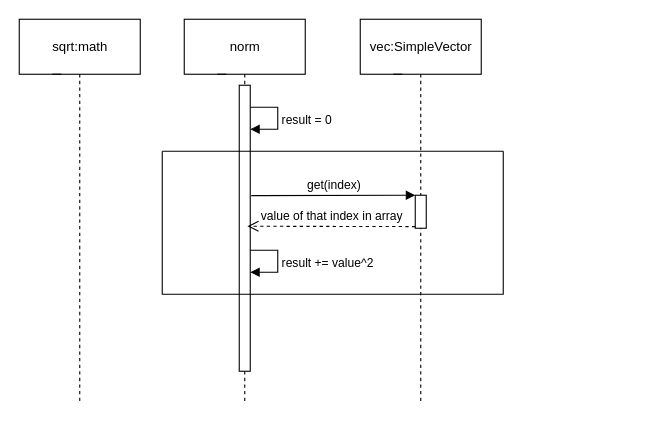
The draw.io diagram sheet8/task1.drawio in sepehrfazeli/Python-uniTraining, before the edit. Source tidied: cells renumbered, new cells numbered last; positions are measured from the earlier drawing's top-left corner, leaving out a move shared by most shapes. Both pictures are drawn from the tidied source at 110%, with x=0, y=0 at pixel (19, 19).
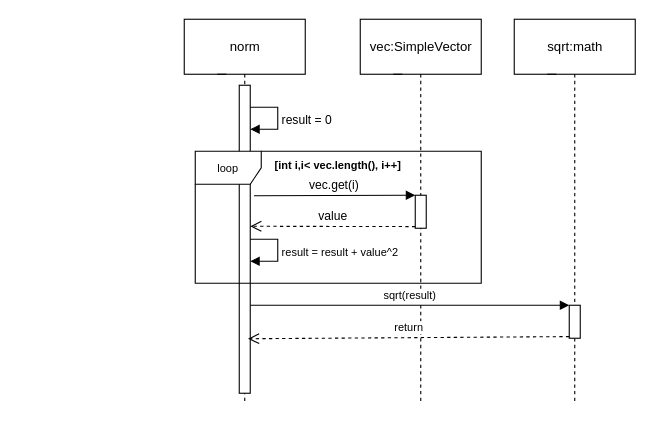
The same diagram, later.

Unchanged cells that the change refers to:
```xml
<mxCell id="4" style="shape=umlLifeline;participant=umlBoundary;perimeter=lifelinePerimeter;whiteSpace=wrap;html=1;verticalAlign=top;spacingTop=36;size=0;" parent="1" vertex="1">
  <mxGeometry x="180" y="50" width="50" height="300" as="geometry" />
</mxCell>
<mxCell id="6" style="shape=umlLifeline;participant=umlBoundary;perimeter=lifelinePerimeter;whiteSpace=wrap;html=1;verticalAlign=top;spacingTop=36;size=0;" parent="1" vertex="1">
  <mxGeometry x="340" y="50" width="50" height="300" as="geometry" />
</mxCell>
```

Diff of the diagram source:
```diff
@@
     <mxCell id="5" style="html=1;points=[];perimeter=orthogonalPerimeter;" parent="4" vertex="1">
-      <mxGeometry x="20" y="10" width="10" height="260" as="geometry" />
+      <mxGeometry x="20" y="10" width="10" height="280" as="geometry" />
     </mxCell>
@@
+    <mxCell id="15" style="html=1;points=[];perimeter=orthogonalPerimeter;" parent="6" vertex="1">
+      <mxGeometry x="20" y="110" width="10" height="30" as="geometry" />
+    </mxCell>
+    <mxCell id="16" value="vec.get(i)" style="html=1;verticalAlign=bottom;endArrow=block;entryX=0;entryY=0;rounded=0;exitX=1.086;exitY=0.386;exitDx=0;exitDy=0;exitPerimeter=0;" parent="6" edge="1" target="15">
+      <mxGeometry relative="1" as="geometry">
+        <mxPoint x="-126.6" y="110.4" as="sourcePoint" />
+      </mxGeometry>
+    </mxCell>
+    <mxCell id="17" value="value" style="html=1;verticalAlign=bottom;endArrow=open;dashed=1;endSize=8;exitX=0;exitY=0.95;rounded=0;entryX=0.743;entryY=0.493;entryDx=0;entryDy=0;entryPerimeter=0;" parent="6" edge="1" source="15">
+      <mxGeometry relative="1" as="geometry">
+        <mxPoint x="-130" y="138.2" as="targetPoint" />
+      </mxGeometry>
+    </mxCell>
     <mxCell id="7" value="sqrt:math" style="html=1;" parent="1" vertex="1">
-      <mxGeometry width="110" height="50" as="geometry" />
+      <mxGeometry x="450" width="110" height="50" as="geometry" />
     </mxCell>
     <mxCell id="8" style="shape=umlLifeline;participant=umlBoundary;perimeter=lifelinePerimeter;whiteSpace=wrap;html=1;verticalAlign=top;spacingTop=36;size=0;" parent="1" vertex="1">
-      <mxGeometry x="30" y="50" width="50" height="300" as="geometry" />
+      <mxGeometry x="480" y="50" width="50" height="300" as="geometry" />
     </mxCell>
-    <mxCell id="9" style="swimlane;startSize=0;" parent="1" vertex="1">
-      <mxGeometry x="130" y="120" width="310" height="130" as="geometry" />
-    </mxCell>
+    <mxCell id="18" style="html=1;points=[];perimeter=orthogonalPerimeter;fontSize=10;" parent="8" vertex="1">
+      <mxGeometry x="20" y="210" width="10" height="30" as="geometry" />
+    </mxCell>
+    <mxCell id="12" value="&lt;font style=&quot;font-size: 10px;&quot;&gt;result = result&amp;nbsp;+ value^2&lt;/font&gt;" style="edgeStyle=orthogonalEdgeStyle;html=1;align=left;spacingLeft=2;endArrow=block;rounded=0;entryX=1;entryY=0;" parent="1" edge="1">
+      <mxGeometry x="0.07" relative="1" as="geometry">
+        <mxPoint x="210" y="200" as="sourcePoint" />
+        <mxPoint x="210" y="220" as="targetPoint" />
+        <Array as="points">
+          <mxPoint x="235" y="200" />
+        </Array>
+      </mxGeometry>
+    </mxCell>
-    <mxCell id="10" value="result = 0" style="edgeStyle=orthogonalEdgeStyle;html=1;align=left;spacingLeft=2;endArrow=block;rounded=0;entryX=1;entryY=0;" parent="9" edge="1">
+    <mxCell id="10" value="result = 0" style="edgeStyle=orthogonalEdgeStyle;html=1;align=left;spacingLeft=2;endArrow=block;rounded=0;entryX=1;entryY=0;" parent="1" edge="1">
       <mxGeometry x="0.07" relative="1" as="geometry">
-        <mxPoint x="80" y="-40" as="sourcePoint" />
-        <mxPoint x="80" y="-20" as="targetPoint" />
+        <mxPoint x="210" y="80" as="sourcePoint" />
+        <mxPoint x="210" y="100" as="targetPoint" />
         <Array as="points">
-          <mxPoint x="105" y="-40" />
+          <mxPoint x="235" y="80" />
         </Array>
       </mxGeometry>
     </mxCell>
-    <mxCell id="11" style="html=1;points=[];perimeter=orthogonalPerimeter;" parent="9" vertex="1">
-      <mxGeometry x="230" y="40" width="10" height="30" as="geometry" />
-    </mxCell>
-    <mxCell id="12" value="result += value^2" style="edgeStyle=orthogonalEdgeStyle;html=1;align=left;spacingLeft=2;endArrow=block;rounded=0;entryX=1;entryY=0;" parent="9" edge="1">
-      <mxGeometry x="0.07" relative="1" as="geometry">
-        <mxPoint x="80" y="90" as="sourcePoint" />
-        <mxPoint x="80" y="110" as="targetPoint" />
-        <Array as="points">
-          <mxPoint x="105" y="90" />
-        </Array>
-      </mxGeometry>
-    </mxCell>
-    <mxCell id="13" value="get(index)" style="html=1;verticalAlign=bottom;endArrow=block;entryX=0;entryY=0;rounded=0;exitX=1.086;exitY=0.386;exitDx=0;exitDy=0;exitPerimeter=0;" parent="1" edge="1" source="5" target="11">
-      <mxGeometry relative="1" as="geometry" />
-    </mxCell>
-    <mxCell id="14" value="value of that index in array" style="html=1;verticalAlign=bottom;endArrow=open;dashed=1;endSize=8;exitX=0;exitY=0.95;rounded=0;entryX=0.743;entryY=0.493;entryDx=0;entryDy=0;entryPerimeter=0;" parent="1" edge="1" source="11" target="5">
-      <mxGeometry relative="1" as="geometry" />
-    </mxCell>
+    <mxCell id="19" value="loop" style="shape=umlFrame;whiteSpace=wrap;html=1;fontSize=10;" parent="1" vertex="1">
+      <mxGeometry x="160" y="120" width="260" height="120" as="geometry" />
+    </mxCell>
+    <mxCell id="20" value="[int i,i&lt; vec.length(), i++]" style="text;align=center;fontStyle=1;verticalAlign=middle;spacingLeft=3;spacingRight=3;strokeColor=none;fontSize=10;" parent="1" vertex="1">
+      <mxGeometry x="250" y="120" width="80" height="26" as="geometry" />
+    </mxCell>
+    <mxCell id="21" value="sqrt(result)" style="html=1;verticalAlign=bottom;endArrow=block;entryX=0;entryY=0;rounded=0;fontSize=10;" parent="1" edge="1" source="5" target="18">
+      <mxGeometry relative="1" as="geometry" />
+    </mxCell>
+    <mxCell id="22" value="return" style="html=1;verticalAlign=bottom;endArrow=open;dashed=1;endSize=8;exitX=0;exitY=0.95;rounded=0;fontSize=10;entryX=0.8;entryY=0.823;entryDx=0;entryDy=0;entryPerimeter=0;" parent="1" edge="1" source="18" target="5">
+      <mxGeometry relative="1" as="geometry" />
+    </mxCell>
```
